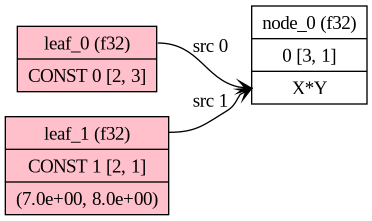
Earlier version of the Graphviz export fundamentals/ggml/mul.dot.png (danbev/learning-ai). Its source is kept beside it as fundamentals/ggml/mul.dot. Source of this version:
```dot
digraph G {
  newrank = true;
  rankdir = LR;
  "0x7fe2a84d53a0" [ style = filled; fillcolor = white; shape = record; label="node_0 (f32)|0 [3, 1] | <x>X*Y"; ]
  "0x7fe2a84d5030" [ style = filled; fillcolor = pink; shape = record; label="<x>leaf_0 (f32)|CONST 0 [2, 3]"; ]
  "0x7fe2a84d51f0" [ style = filled; fillcolor = pink; shape = record; label="<x>leaf_1 (f32)|CONST 1 [2, 1] | (7.0e+00, 8.0e+00)"; ]
  "0x7fe2a84d5030":x -> "0x7fe2a84d53a0":x [ arrowhead = vee; style = solid; label = "src 0"; ]
  "0x7fe2a84d51f0":x -> "0x7fe2a84d53a0":x [ arrowhead = vee; style = solid; label = "src 1"; ]
}
```
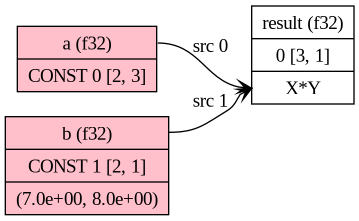
Later version of the same file.

Change to the diagram source:
```diff
@@ -1,9 +1,9 @@
 digraph G {
   newrank = true;
   rankdir = LR;
-  "0x7fe2a84d53a0" [ style = filled; fillcolor = white; shape = record; label="node_0 (f32)|0 [3, 1] | <x>X*Y"; ]
-  "0x7fe2a84d5030" [ style = filled; fillcolor = pink; shape = record; label="<x>leaf_0 (f32)|CONST 0 [2, 3]"; ]
-  "0x7fe2a84d51f0" [ style = filled; fillcolor = pink; shape = record; label="<x>leaf_1 (f32)|CONST 1 [2, 1] | (7.0e+00, 8.0e+00)"; ]
-  "0x7fe2a84d5030":x -> "0x7fe2a84d53a0":x [ arrowhead = vee; style = solid; label = "src 0"; ]
-  "0x7fe2a84d51f0":x -> "0x7fe2a84d53a0":x [ arrowhead = vee; style = solid; label = "src 1"; ]
+  "0x7f1494da33a0" [ style = filled; fillcolor = white; shape = record; label="result (f32)|0 [3, 1] | <x>X*Y"; ]
+  "0x7f1494da3030" [ style = filled; fillcolor = pink; shape = record; label="<x>a (f32)|CONST 0 [2, 3]"; ]
+  "0x7f1494da31f0" [ style = filled; fillcolor = pink; shape = record; label="<x>b (f32)|CONST 1 [2, 1] | (7.0e+00, 8.0e+00)"; ]
+  "0x7f1494da3030":x -> "0x7f1494da33a0":x [ arrowhead = vee; style = solid; label = "src 0"; ]
+  "0x7f1494da31f0":x -> "0x7f1494da33a0":x [ arrowhead = vee; style = solid; label = "src 1"; ]
 }
```
